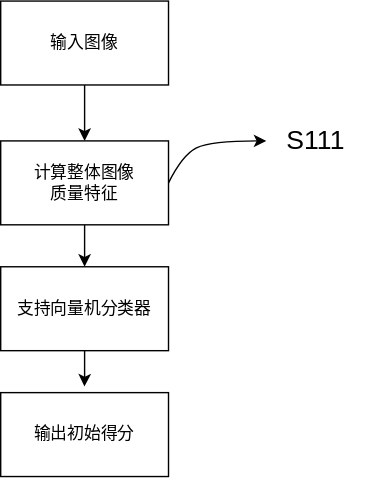
Before: spatial_IQAv2.drawio.svg, a diagram exported from draw.io (hrf666666/FlowCharts). Source tidied: cells renumbered, new cells last; positions are measured from the earlier drawing's top-left corner, leaving out a move shared by most shapes.
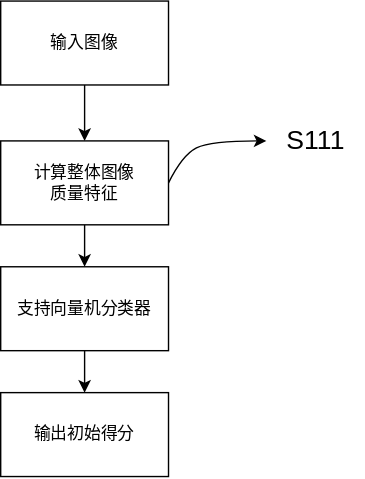
The same file after the commit.

The edit, as a diff of the source:
```diff
@@ -8,7 +8,7 @@
     <mxCell id="3" value="输入图像" style="rounded=0;whiteSpace=wrap;html=1;" parent="1" vertex="1">
       <mxGeometry width="120" height="60" as="geometry" />
     </mxCell>
-    <mxCell id="4" style="edgeStyle=orthogonalEdgeStyle;rounded=0;jettySize=auto;html=1;entryX=0.499;entryY=-0.074;entryDx=0;entryDy=0;entryPerimeter=0;" parent="1" edge="1" source="5" target="6">
+    <mxCell id="4" style="edgeStyle=orthogonalEdgeStyle;rounded=0;jettySize=auto;html=1;entryX=0.5;entryY=0;entryDx=0;entryDy=0;" parent="1" edge="1" source="5" target="6">
       <mxGeometry relative="1" as="geometry" />
     </mxCell>
     <mxCell id="5" value="支持向量机分类器" style="rounded=0;whiteSpace=wrap;html=1;" parent="1" vertex="1">
```
